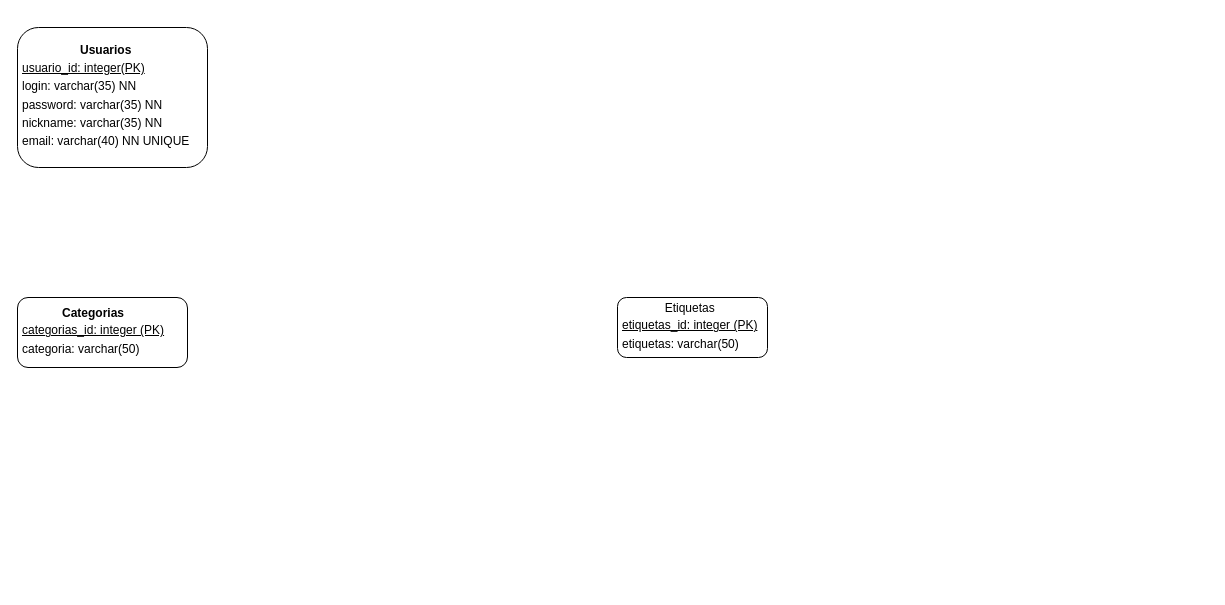
This is PanelaHRM Diagram.drawio from habidco/panelahrmproject, a draw.io file, before an edit. Source tidied: cells renumbered, new cells numbered last; positions are measured from the earlier drawing's top-left corner, leaving out a move shared by most shapes. Both pictures are drawn from the tidied source at 100%, with x=0, y=0 at pixel (17, 27).
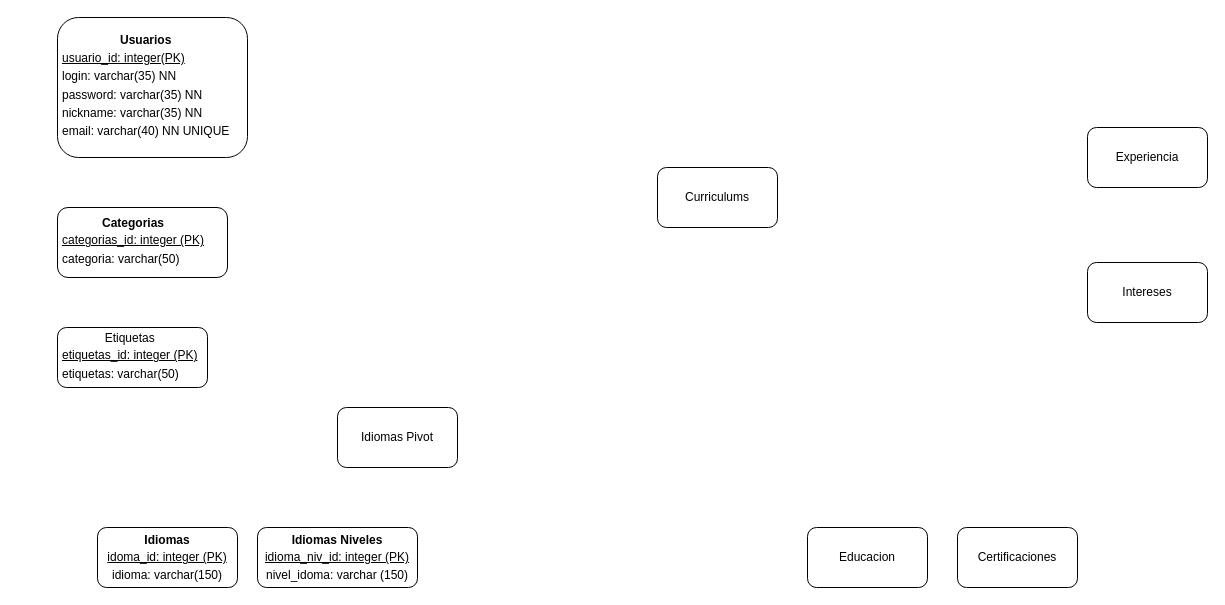
Above is the later version.

What changed in the source:
```diff
@@
 <mxGraphModel>
   <root>
     <mxCell id="0" />
     <mxCell id="1" parent="0" />
     <mxCell id="2" value="&lt;div style=&quot;text-align: center;&quot;&gt;&lt;b style=&quot;background-color: initial;&quot;&gt;Usuarios&lt;/b&gt;&lt;/div&gt;&lt;table&gt;&lt;tbody&gt;&lt;tr&gt;&lt;td&gt;&lt;u&gt;usuario_id: integer(PK)&lt;/u&gt;&lt;/td&gt;&lt;/tr&gt;&lt;tr&gt;&lt;td&gt;login: varchar(35) NN&lt;/td&gt;&lt;/tr&gt;&lt;tr&gt;&lt;td&gt;password: varchar(35) NN&lt;/td&gt;&lt;/tr&gt;&lt;tr&gt;&lt;td&gt;nickname: varchar(35) NN&lt;/td&gt;&lt;/tr&gt;&lt;tr&gt;&lt;td&gt;email: varchar(40) NN UNIQUE&lt;/td&gt;&lt;/tr&gt;&lt;/tbody&gt;&lt;/table&gt;" style="rounded=1;whiteSpace=wrap;html=1;align=left;" parent="1" vertex="1">
-      <mxGeometry width="190" height="140" as="geometry" />
+      <mxGeometry x="40" y="-10" width="190" height="140" as="geometry" />
     </mxCell>
     <mxCell id="3" value="&lt;div style=&quot;text-align: center;&quot;&gt;&lt;span style=&quot;background-color: initial;&quot;&gt;&lt;b&gt;Categorias&lt;/b&gt;&lt;/span&gt;&lt;/div&gt;&lt;table style=&quot;&quot;&gt;&lt;tbody&gt;&lt;tr&gt;&lt;td&gt;&lt;u&gt;categorias_id: integer (PK)&lt;/u&gt;&lt;/td&gt;&lt;/tr&gt;&lt;tr&gt;&lt;td&gt;categoria: varchar(50)&lt;/td&gt;&lt;/tr&gt;&lt;/tbody&gt;&lt;/table&gt;" style="rounded=1;whiteSpace=wrap;html=1;align=left;" parent="1" vertex="1">
-      <mxGeometry y="270" width="170" height="70" as="geometry" />
+      <mxGeometry x="40" y="180" width="170" height="70" as="geometry" />
     </mxCell>
     <mxCell id="4" value="&lt;div style=&quot;text-align: center;&quot;&gt;&lt;span style=&quot;background-color: initial;&quot;&gt;Etiquetas&lt;/span&gt;&lt;/div&gt;&lt;table&gt;&lt;tbody&gt;&lt;tr&gt;&lt;td&gt;&lt;u&gt;etiquetas_id: integer (PK)&lt;/u&gt;&lt;/td&gt;&lt;/tr&gt;&lt;tr&gt;&lt;td&gt;etiquetas: varchar(50)&lt;/td&gt;&lt;/tr&gt;&lt;/tbody&gt;&lt;/table&gt;" style="rounded=1;whiteSpace=wrap;html=1;align=left;" parent="1" vertex="1">
-      <mxGeometry x="600" y="270" width="150" height="60" as="geometry" />
+      <mxGeometry x="40" y="300" width="150" height="60" as="geometry" />
     </mxCell>
+    <mxCell id="5" value="Curriculums&lt;br&gt;" style="rounded=1;whiteSpace=wrap;html=1;" parent="1" vertex="1">
+      <mxGeometry x="640" y="140" width="120" height="60" as="geometry" />
+    </mxCell>
+    <mxCell id="6" value="Educacion" style="rounded=1;whiteSpace=wrap;html=1;" parent="1" vertex="1">
+      <mxGeometry x="790" y="500" width="120" height="60" as="geometry" />
+    </mxCell>
+    <mxCell id="7" value="Experiencia" style="rounded=1;whiteSpace=wrap;html=1;" parent="1" vertex="1">
+      <mxGeometry x="1070" y="100" width="120" height="60" as="geometry" />
+    </mxCell>
+    <mxCell id="8" value="Certificaciones" style="rounded=1;whiteSpace=wrap;html=1;" parent="1" vertex="1">
+      <mxGeometry x="940" y="500" width="120" height="60" as="geometry" />
+    </mxCell>
+    <mxCell id="9" value="&lt;b&gt;Idiomas&lt;/b&gt;&lt;br&gt;&lt;table&gt;&lt;tbody&gt;&lt;tr&gt;&lt;td&gt;&lt;u&gt;idoma_id: integer (PK)&lt;/u&gt;&lt;/td&gt;&lt;/tr&gt;&lt;/tbody&gt;&lt;/table&gt;idioma: varchar(150)" style="rounded=1;whiteSpace=wrap;html=1;" parent="1" vertex="1">
+      <mxGeometry x="80" y="500" width="140" height="60" as="geometry" />
+    </mxCell>
+    <mxCell id="10" value="Intereses" style="rounded=1;whiteSpace=wrap;html=1;" parent="1" vertex="1">
+      <mxGeometry x="1070" y="235" width="120" height="60" as="geometry" />
+    </mxCell>
+    <mxCell id="11" value="&lt;b&gt;Idiomas Niveles&lt;br&gt;&lt;/b&gt;&lt;table&gt;&lt;tbody&gt;&lt;tr&gt;&lt;td&gt;&lt;u&gt;idioma_niv_id: integer (PK)&lt;/u&gt;&lt;/td&gt;&lt;/tr&gt;&lt;/tbody&gt;&lt;/table&gt;nivel_idoma: varchar (150)" style="rounded=1;whiteSpace=wrap;html=1;" parent="1" vertex="1">
+      <mxGeometry x="240" y="500" width="160" height="60" as="geometry" />
+    </mxCell>
+    <mxCell id="12" value="Idiomas Pivot&lt;br&gt;" style="rounded=1;whiteSpace=wrap;html=1;" parent="1" vertex="1">
+      <mxGeometry x="320" y="380" width="120" height="60" as="geometry" />
+    </mxCell>
   </root>
 </mxGraphModel>
```
